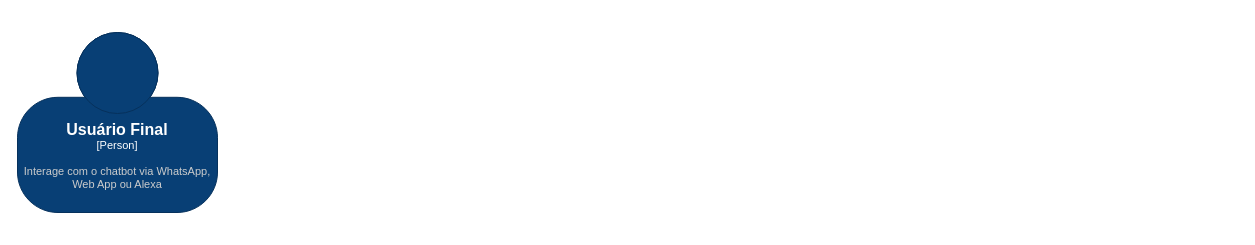
Earlier version of the draw.io diagram src/Diagrama sem nome.drawio (farm-solutions/SOLUBIO). Source tidied: cells renumbered, new cells numbered last; positions are measured from the earlier drawing's top-left corner, leaving out a move shared by most shapes. Both pictures are drawn from the tidied source at 100%, with x=0, y=0 at pixel (17, 32).
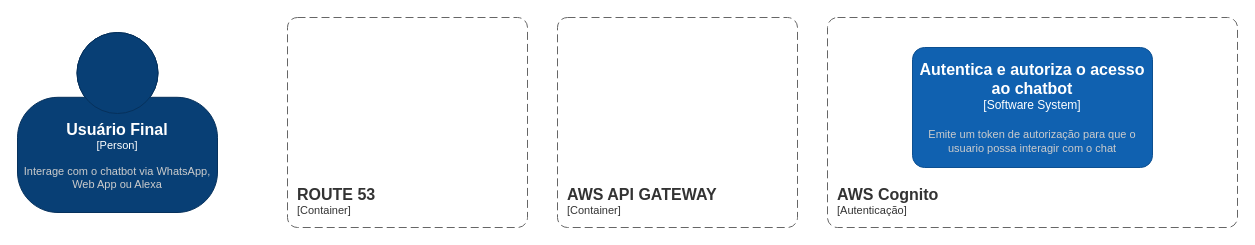
The same page after the edit.

Diff of the diagram source:
```diff
@@
 <mxGraphModel>
   <root>
     <mxCell id="0" />
     <mxCell id="1" parent="0" />
     <object id="2" label="&lt;font style=&quot;font-size: 16px&quot;&gt;&lt;b&gt;%c4Name%&lt;/b&gt;&lt;/font&gt;&lt;div&gt;[%c4Type%]&lt;/div&gt;&lt;br&gt;&lt;div&gt;&lt;font style=&quot;font-size: 11px&quot;&gt;&lt;font color=&quot;#cccccc&quot;&gt;%c4Description%&lt;/font&gt;&lt;/div&gt;" c4Description="Interage com o chatbot via WhatsApp, Web App ou Alexa" c4Name="Usuário Final" c4Type="Person" placeholders="1">
       <mxCell style="html=1;fontSize=11;dashed=0;whiteSpace=wrap;fillColor=#083F75;strokeColor=#06315C;fontColor=#ffffff;shape=mxgraph.c4.person2;align=center;" parent="1" vertex="1">
         <mxGeometry width="200" height="180" as="geometry" />
       </mxCell>
     </object>
+    <mxCell id="3" style="group;" parent="1" vertex="1">
+      <mxGeometry x="810" y="-15" width="410" height="210" as="geometry" />
+    </mxCell>
+    <object id="4" label="&lt;font style=&quot;font-size: 16px&quot;&gt;&lt;b&gt;&lt;div style=&quot;text-align: left&quot;&gt;%c4Name%&lt;/div&gt;&lt;/b&gt;&lt;/font&gt;&lt;div style=&quot;text-align: left&quot;&gt;[%c4Application%]&lt;/div&gt;" c4Application="Autenticação" c4Name="AWS Cognito" placeholders="1">
+      <mxCell style="rounded=1;fontSize=11;whiteSpace=wrap;html=1;dashed=1;arcSize=20;fillColor=none;strokeColor=#666666;fontColor=#333333;labelBackgroundColor=none;align=left;verticalAlign=bottom;labelBorderColor=none;spacingTop=0;spacing=10;dashPattern=8 4;perimeter=rectanglePerimeter;noLabel=0;labelPadding=0;absoluteArcSize=1;" parent="3" vertex="1">
+        <mxGeometry width="410" height="210" as="geometry" />
+      </mxCell>
+    </object>
+    <object id="5" label="&lt;font style=&quot;font-size: 16px&quot;&gt;&lt;b&gt;%c4Name%&lt;/b&gt;&lt;/font&gt;&lt;div&gt;[%c4Type%]&lt;/div&gt;&lt;br&gt;&lt;div&gt;&lt;font style=&quot;font-size: 11px&quot;&gt;&lt;font color=&quot;#cccccc&quot;&gt;%c4Description%&lt;/font&gt;&lt;/div&gt;" c4Description="Emite um token de autorização para que o usuario possa interagir com o chat" c4Name="Autentica e autoriza o acesso ao chatbot" c4Type="Software System" placeholders="1">
+      <mxCell style="rounded=1;whiteSpace=wrap;html=1;labelBackgroundColor=none;fillColor=#1061B0;fontColor=#ffffff;align=center;arcSize=10;strokeColor=#0D5091;" parent="3" vertex="1">
+        <mxGeometry x="85" y="30" width="240" height="120" as="geometry" />
+      </mxCell>
+    </object>
+    <object id="6" label="&lt;font style=&quot;font-size: 16px&quot;&gt;&lt;b&gt;&lt;div style=&quot;text-align: left&quot;&gt;%c4Name%&lt;/div&gt;&lt;/b&gt;&lt;/font&gt;&lt;div style=&quot;text-align: left&quot;&gt;[%c4Application%]&lt;/div&gt;" c4Application="Container" c4Name="AWS API GATEWAY" placeholders="1">
+      <mxCell style="rounded=1;fontSize=11;whiteSpace=wrap;html=1;dashed=1;arcSize=20;fillColor=none;strokeColor=#666666;fontColor=#333333;labelBackgroundColor=none;align=left;verticalAlign=bottom;labelBorderColor=none;spacingTop=0;spacing=10;dashPattern=8 4;perimeter=rectanglePerimeter;noLabel=0;labelPadding=0;absoluteArcSize=1;" parent="1" vertex="1">
+        <mxGeometry x="540" y="-15" width="240" height="210" as="geometry" />
+      </mxCell>
+    </object>
+    <object id="7" label="&lt;font style=&quot;font-size: 16px&quot;&gt;&lt;b&gt;&lt;div style=&quot;text-align: left&quot;&gt;%c4Name%&lt;/div&gt;&lt;/b&gt;&lt;/font&gt;&lt;div style=&quot;text-align: left&quot;&gt;[%c4Application%]&lt;/div&gt;" c4Application="Container" c4Name="ROUTE 53" placeholders="1">
+      <mxCell style="rounded=1;fontSize=11;whiteSpace=wrap;html=1;dashed=1;arcSize=20;fillColor=none;strokeColor=#666666;fontColor=#333333;labelBackgroundColor=none;align=left;verticalAlign=bottom;labelBorderColor=none;spacingTop=0;spacing=10;dashPattern=8 4;perimeter=rectanglePerimeter;noLabel=0;labelPadding=0;absoluteArcSize=1;" parent="1" vertex="1">
+        <mxGeometry x="270" y="-15" width="240" height="210" as="geometry" />
+      </mxCell>
+    </object>
   </root>
 </mxGraphModel>
```
